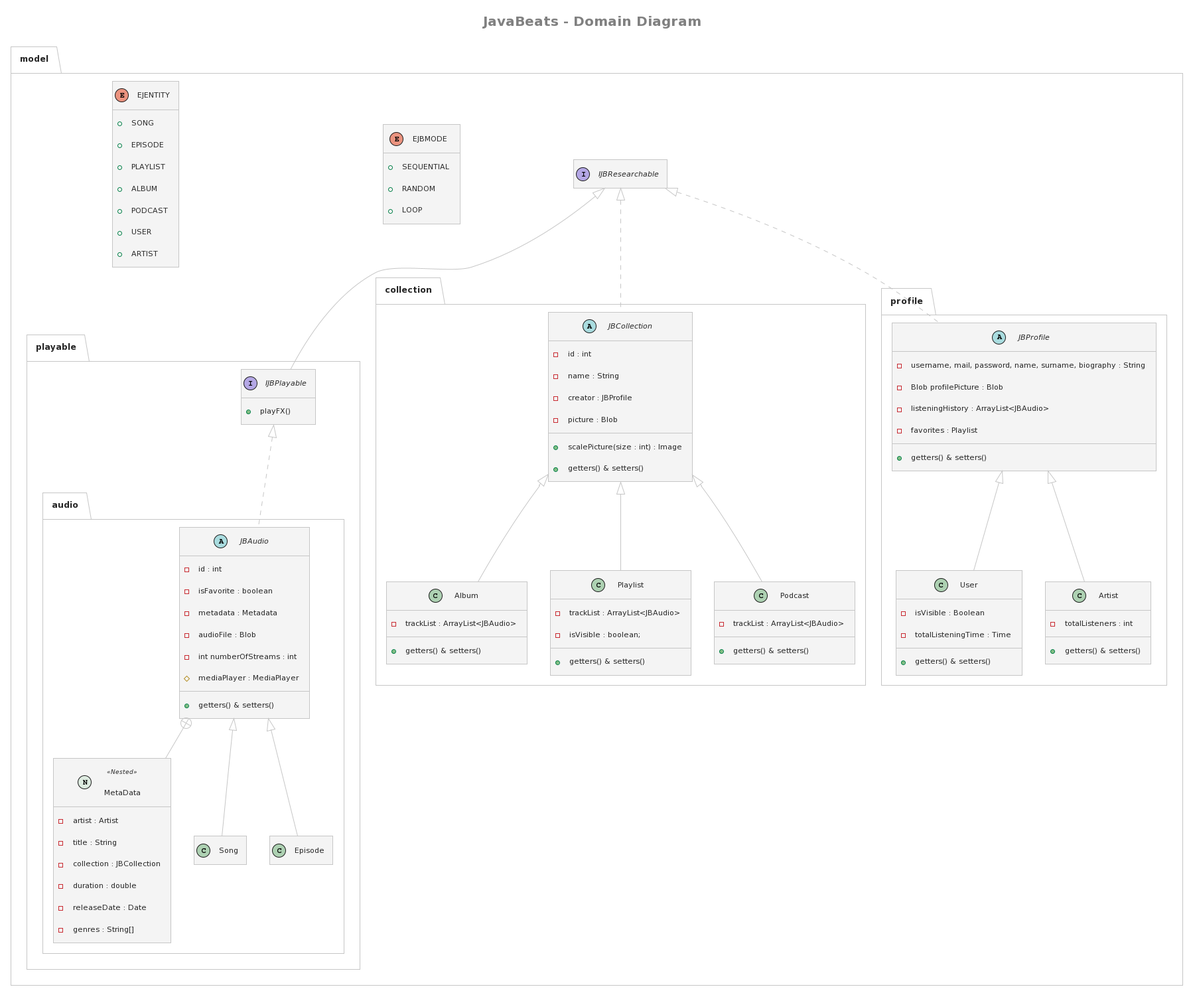
Above: doc/Model/Model_UML.png in IngSW-unipv/Progetto-B24 (PlantUML), before the change.
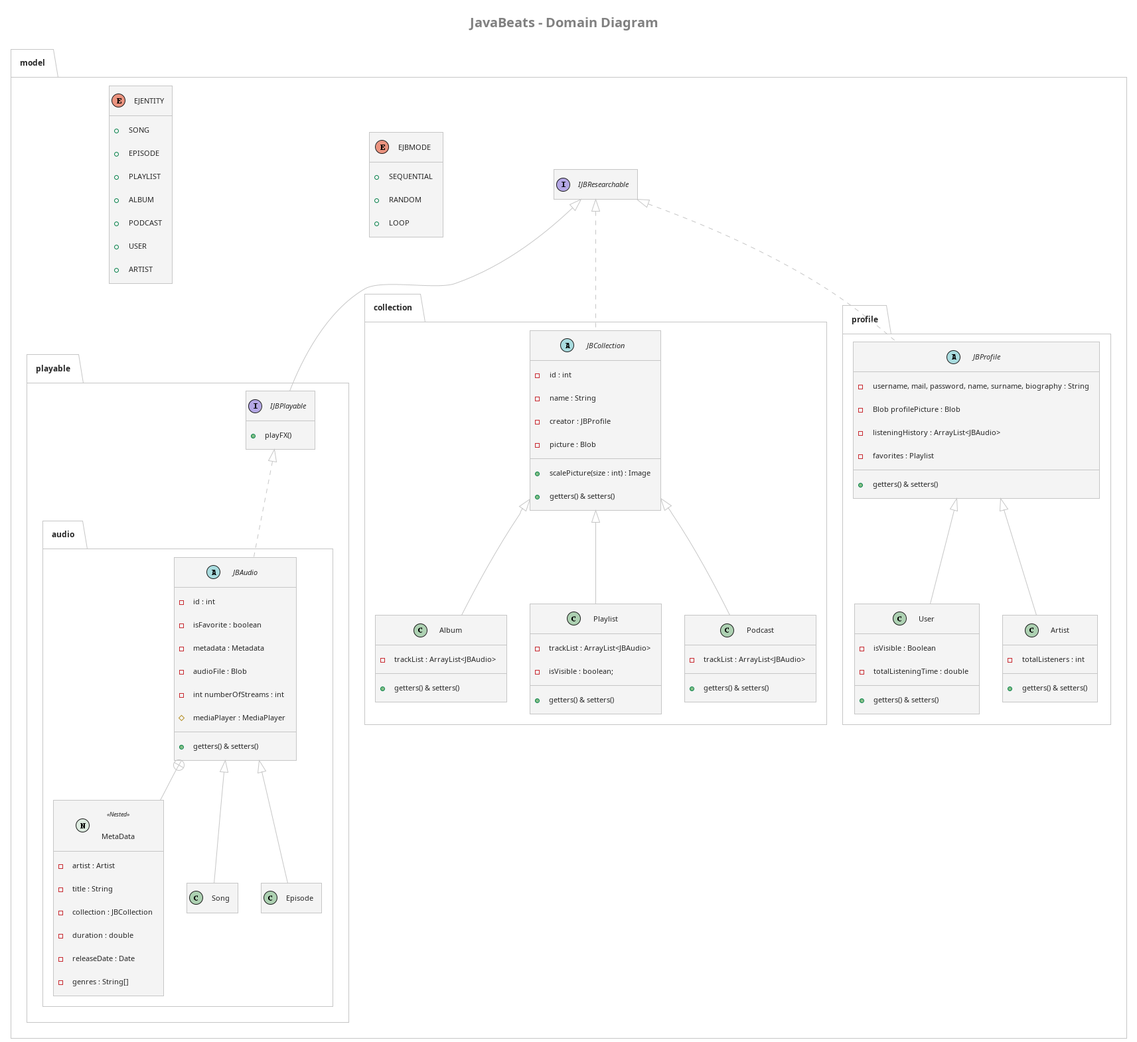
Later version of the same file.

The edit, as a diff of the source:
```diff
@@ -133,7 +133,7 @@
         class User extends JBProfile{
             !if (showAttributes)
                 - isVisible : Boolean
-                - totalListeningTime : Time
+                - totalListeningTime : double
             !endif
             !if (showMethods)
                 + getters() & setters()
@@ -169,4 +169,5 @@
 
 hide empty fields
 hide empty methods
+
 @enduml
```
